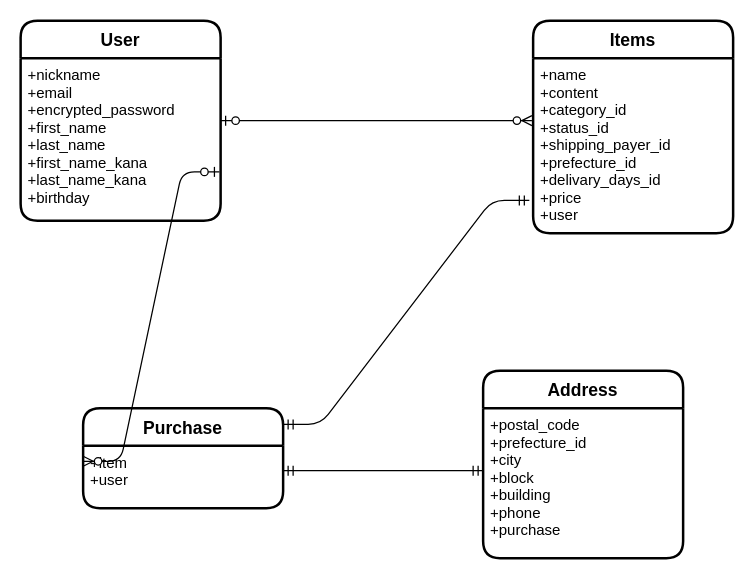
siga-siga/furima-31708 keeps this draw.io diagram as furima.dio. Above is the earlier version. Source tidied: cells renumbered, new cells numbered last; positions are measured from the earlier drawing's top-left corner, leaving out a move shared by most shapes. Both pictures are drawn from the tidied source at 125%, with x=0, y=0 at pixel (20, 20).
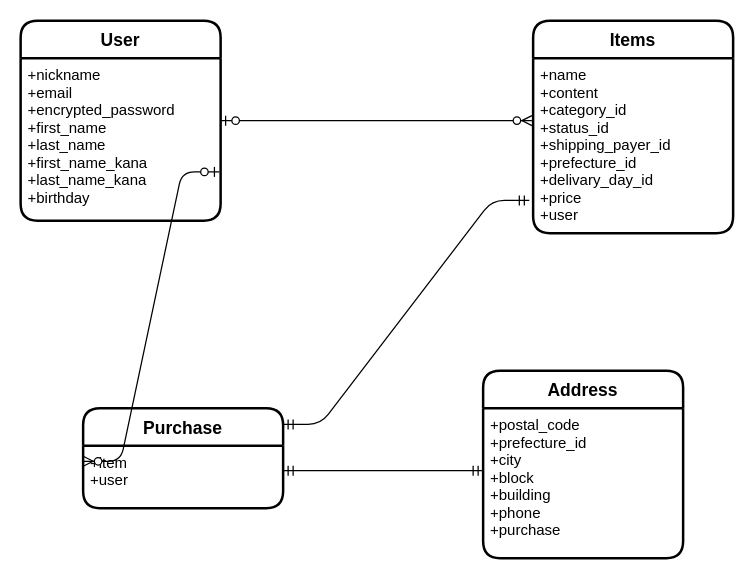
Above is the later version.

Commit message (it also covers changes not shown here):
Itemsテーブル　カラム名修正

The edit, as a diff of the source:
```diff
@@
 <mxGraphModel>
   <root>
     <mxCell id="0" />
     <mxCell id="1" parent="0" />
     <mxCell id="2" value="User" style="swimlane;horizontal=1;startSize=30;rounded=1;fontSize=14;fontStyle=1;strokeWidth=2;shadow=0;dashed=0;align=center;" parent="1" vertex="1">
       <mxGeometry width="160" height="160" as="geometry" />
     </mxCell>
     <mxCell id="3" value="+nickname&#10;+email&#10;+encrypted_password&#10;+first_name&#10;+last_name&#10;+first_name_kana&#10;+last_name_kana&#10;+birthday" style="align=left;strokeColor=none;fillColor=none;spacingLeft=4;fontSize=12;verticalAlign=top;" parent="2" vertex="1">
       <mxGeometry y="30" width="160" height="130" as="geometry" />
     </mxCell>
     <mxCell id="4" value="Items" style="swimlane;horizontal=1;startSize=30;rounded=1;fontSize=14;fontStyle=1;strokeWidth=2;shadow=0;dashed=0;align=center;" parent="1" vertex="1">
       <mxGeometry x="410" width="160" height="170" as="geometry" />
     </mxCell>
-    <mxCell id="5" value="+name&#10;+content&#10;+category_id&#10;+status_id&#10;+shipping_payer_id&#10;+prefecture_id&#10;+delivary_days_id&#10;+price&#10;+user" style="align=left;strokeColor=none;fillColor=none;spacingLeft=4;fontSize=12;verticalAlign=top;" parent="4" vertex="1">
+    <mxCell id="5" value="+name&#10;+content&#10;+category_id&#10;+status_id&#10;+shipping_payer_id&#10;+prefecture_id&#10;+delivary_day_id&#10;+price&#10;+user" style="align=left;strokeColor=none;fillColor=none;spacingLeft=4;fontSize=12;verticalAlign=top;" parent="4" vertex="1">
       <mxGeometry y="30" width="160" height="140" as="geometry" />
     </mxCell>
     <mxCell id="6" style="edgeStyle=entityRelationEdgeStyle;fontSize=12;html=1;endArrow=ERmandOne;startArrow=ERmandOne;" parent="1" edge="1">
       <mxGeometry relative="1" as="geometry">
         <mxPoint x="210" y="360" as="sourcePoint" />
         <mxPoint x="370" y="360" as="targetPoint" />
       </mxGeometry>
     </mxCell>
     <mxCell id="7" value="Purchase" style="swimlane;horizontal=1;startSize=30;rounded=1;fontSize=14;fontStyle=1;strokeWidth=2;shadow=0;dashed=0;align=center;" parent="1" vertex="1">
       <mxGeometry x="50" y="310" width="160" height="80" as="geometry" />
     </mxCell>
     <mxCell id="8" value="+item&#10;+user" style="align=left;strokeColor=none;fillColor=none;spacingLeft=4;fontSize=12;verticalAlign=top;" parent="7" vertex="1">
       <mxGeometry y="30" width="160" height="50" as="geometry" />
     </mxCell>
     <mxCell id="9" value="Address" style="swimlane;horizontal=1;startSize=30;rounded=1;fontSize=14;fontStyle=1;strokeWidth=2;shadow=0;dashed=0;align=center;" parent="1" vertex="1">
       <mxGeometry x="370" y="280" width="160" height="150" as="geometry" />
     </mxCell>
     <mxCell id="10" value="+postal_code&#10;+prefecture_id&#10;+city&#10;+block&#10;+building&#10;+phone&#10;+purchase" style="align=left;strokeColor=none;fillColor=none;spacingLeft=4;fontSize=12;verticalAlign=top;" parent="9" vertex="1">
       <mxGeometry y="30" width="160" height="120" as="geometry" />
     </mxCell>
     <mxCell id="11" style="edgeStyle=entityRelationEdgeStyle;fontSize=12;html=1;endArrow=ERmandOne;startArrow=ERmandOne;entryX=-0.019;entryY=0.813;entryDx=0;entryDy=0;entryPerimeter=0;" parent="1" edge="1" target="5">
       <mxGeometry relative="1" as="geometry">
         <mxPoint x="210" y="323" as="sourcePoint" />
       </mxGeometry>
     </mxCell>
     <mxCell id="12" style="edgeStyle=entityRelationEdgeStyle;fontSize=12;html=1;endArrow=ERzeroToMany;startArrow=ERzeroToOne;exitX=0.994;exitY=0.7;exitDx=0;exitDy=0;exitPerimeter=0;entryX=0;entryY=0.25;entryDx=0;entryDy=0;" parent="1" edge="1" source="3" target="8">
       <mxGeometry relative="1" as="geometry" />
     </mxCell>
     <mxCell id="13" style="edgeStyle=entityRelationEdgeStyle;fontSize=12;html=1;endArrow=ERzeroToMany;startArrow=ERzeroToOne;entryX=-0.006;entryY=0.357;entryDx=0;entryDy=0;entryPerimeter=0;" parent="1" edge="1" target="5">
       <mxGeometry relative="1" as="geometry">
         <mxPoint x="160" y="80" as="sourcePoint" />
       </mxGeometry>
     </mxCell>
   </root>
 </mxGraphModel>
```
